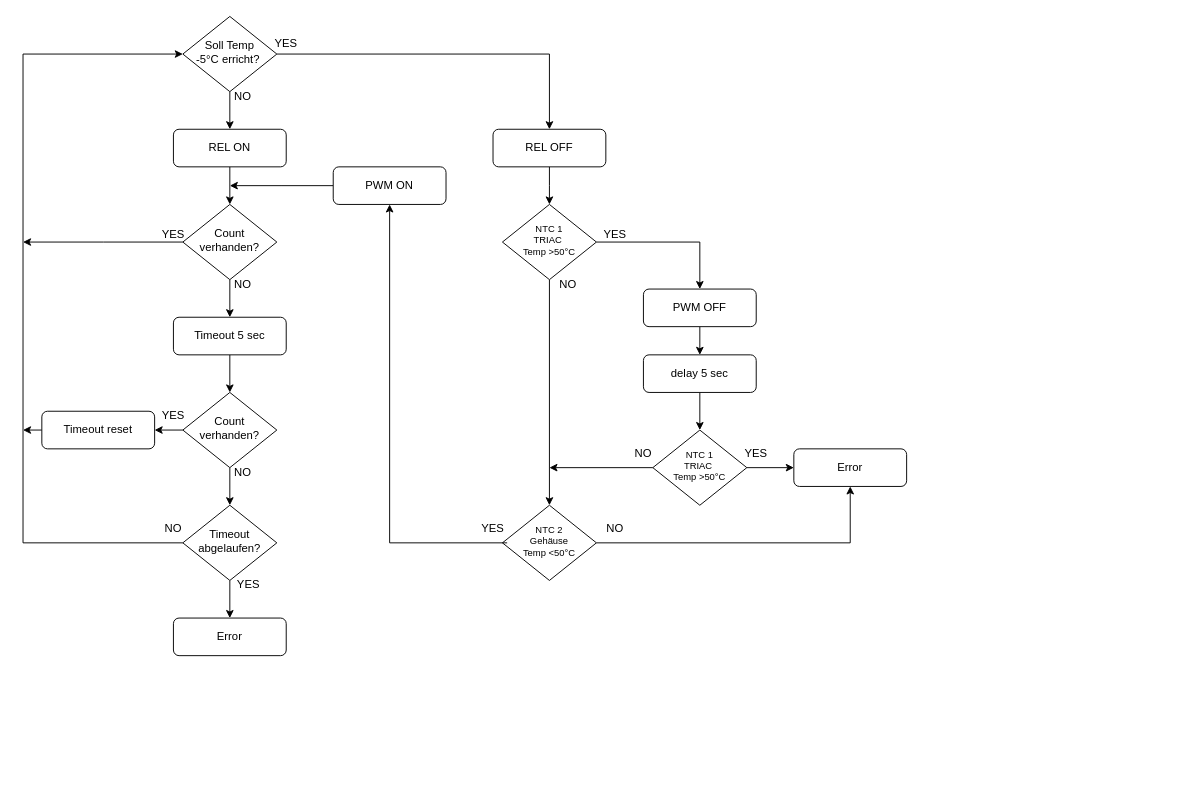
This is page "Regler" (2 of 2) of reflow-oven/docs/flow.drawio from siku2/esphome-projects, a draw.io file, before an edit. Source tidied: cells renumbered, new cells numbered last; positions are measured from the earlier drawing's top-left corner, leaving out a move shared by most shapes. Both pictures are drawn from the tidied source at 94%, with x=0, y=0 at pixel (23, 16).
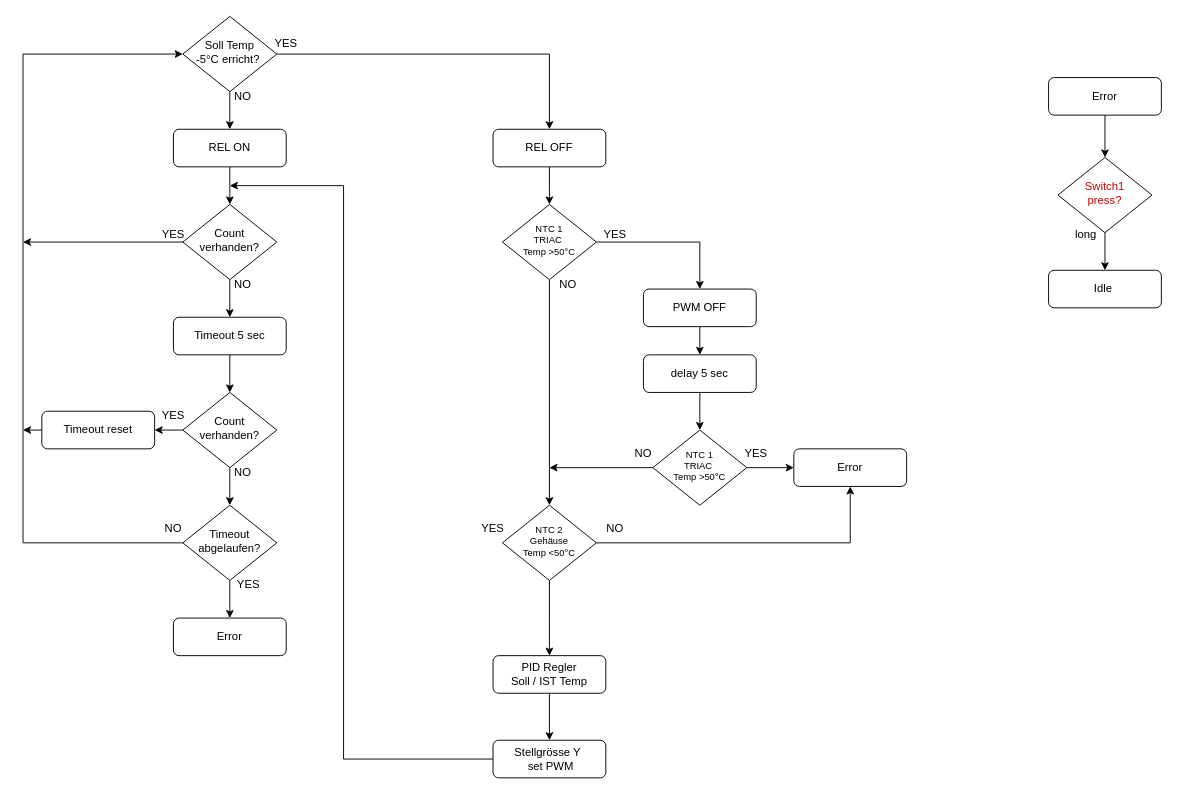
Above is the later version.

The change refers to these unchanged cells:
```xml
<mxCell id="49" value="&lt;div style=&quot;font-size: 10px;&quot;&gt;NTC 2&lt;/div&gt;Gehäuse&lt;div style=&quot;font-size: 10px;&quot;&gt;Temp &amp;lt;50°C&lt;/div&gt;" style="rhombus;whiteSpace=wrap;html=1;shadow=0;fontFamily=Helvetica;fontSize=10;align=center;strokeWidth=1;spacing=6;spacingTop=-4;" parent="1" vertex="1">
  <mxGeometry x="510" y="520" width="100" height="80" as="geometry" />
</mxCell>
<mxCell id="51" value="YES" style="text;html=1;align=center;verticalAlign=middle;whiteSpace=wrap;rounded=0;" parent="1" vertex="1">
  <mxGeometry x="470" y="530" width="60" height="30" as="geometry" />
</mxCell>
```

The edit, as a diff of the source:
```diff
@@
-    <mxCell id="46" style="edgeStyle=orthogonalEdgeStyle;rounded=0;jettySize=auto;html=1;exitX=0;exitY=0.5;exitDx=0;exitDy=0;" parent="1" edge="1" source="47">
-      <mxGeometry relative="1" as="geometry">
-        <mxPoint x="220" y="180" as="targetPoint" />
-      </mxGeometry>
-    </mxCell>
-    <mxCell id="47" value="PWM ON" style="rounded=1;whiteSpace=wrap;html=1;fontSize=12;glass=0;strokeWidth=1;shadow=0;" parent="1" vertex="1">
-      <mxGeometry x="330" y="160" width="120" height="40" as="geometry" />
-    </mxCell>
@@
+    <mxCell id="53" style="edgeStyle=orthogonalEdgeStyle;rounded=0;jettySize=auto;html=1;exitX=0.5;exitY=1;exitDx=0;exitDy=0;entryX=0.5;entryY=0;entryDx=0;entryDy=0;" parent="1" edge="1" source="49">
+      <mxGeometry relative="1" as="geometry">
+        <mxPoint x="560" y="680" as="targetPoint" />
+      </mxGeometry>
+    </mxCell>
@@
-    <mxCell id="50" style="edgeStyle=orthogonalEdgeStyle;rounded=0;jettySize=auto;html=1;exitX=0.75;exitY=1;exitDx=0;exitDy=0;entryX=0.5;entryY=1;entryDx=0;entryDy=0;" parent="1" edge="1" source="51" target="47">
-      <mxGeometry relative="1" as="geometry">
-        <Array as="points">
-          <mxPoint x="390" y="560" />
-        </Array>
-      </mxGeometry>
-    </mxCell>
@@
+    <mxCell id="54" style="edgeStyle=orthogonalEdgeStyle;rounded=0;jettySize=auto;html=1;exitX=0;exitY=0.5;exitDx=0;exitDy=0;" parent="1" edge="1" source="55">
+      <mxGeometry relative="1" as="geometry">
+        <mxPoint x="220" y="180" as="targetPoint" />
+        <Array as="points">
+          <mxPoint x="341" y="790" />
+          <mxPoint x="341" y="180" />
+        </Array>
+      </mxGeometry>
+    </mxCell>
+    <mxCell id="55" value="Stellgrösse Y&amp;nbsp;&lt;br&gt;&amp;nbsp;set PWM" style="rounded=1;whiteSpace=wrap;html=1;fontSize=12;glass=0;strokeWidth=1;shadow=0;" parent="1" vertex="1">
+      <mxGeometry x="500" y="770" width="120" height="40" as="geometry" />
+    </mxCell>
+    <mxCell id="56" style="edgeStyle=orthogonalEdgeStyle;rounded=0;jettySize=auto;html=1;exitX=0.5;exitY=1;exitDx=0;exitDy=0;entryX=0.5;entryY=0;entryDx=0;entryDy=0;" parent="1" edge="1" source="57" target="55">
+      <mxGeometry relative="1" as="geometry" />
+    </mxCell>
+    <mxCell id="57" value="PID Regler&lt;div&gt;Soll / IST Temp&lt;/div&gt;" style="rounded=1;whiteSpace=wrap;html=1;fontSize=12;glass=0;strokeWidth=1;shadow=0;" parent="1" vertex="1">
+      <mxGeometry x="500" y="680" width="120" height="40" as="geometry" />
+    </mxCell>
+    <mxCell id="58" style="edgeStyle=orthogonalEdgeStyle;rounded=0;jettySize=auto;html=1;entryX=0.5;entryY=0;entryDx=0;entryDy=0;" parent="1" edge="1" source="59" target="61">
+      <mxGeometry relative="1" as="geometry" />
+    </mxCell>
+    <mxCell id="59" value="Error" style="rounded=1;whiteSpace=wrap;html=1;fontSize=12;glass=0;strokeWidth=1;shadow=0;" parent="1" vertex="1">
+      <mxGeometry x="1091" y="65" width="120" height="40" as="geometry" />
+    </mxCell>
+    <mxCell id="60" style="edgeStyle=orthogonalEdgeStyle;rounded=0;jettySize=auto;html=1;exitX=0.5;exitY=1;exitDx=0;exitDy=0;" parent="1" edge="1" source="61" target="63">
+      <mxGeometry relative="1" as="geometry" />
+    </mxCell>
+    <mxCell id="61" value="&lt;font color=&quot;#cc0000&quot;&gt;Switch1&lt;/font&gt;&lt;div&gt;&lt;font color=&quot;#cc0000&quot;&gt;press?&lt;/font&gt;&lt;/div&gt;" style="rhombus;whiteSpace=wrap;html=1;shadow=0;fontFamily=Helvetica;fontSize=12;align=center;strokeWidth=1;spacing=6;spacingTop=-4;" parent="1" vertex="1">
+      <mxGeometry x="1101" y="150" width="100" height="80" as="geometry" />
+    </mxCell>
+    <mxCell id="62" value="long" style="text;html=1;align=center;verticalAlign=middle;whiteSpace=wrap;rounded=0;" parent="1" vertex="1">
+      <mxGeometry x="1101" y="217" width="60" height="30" as="geometry" />
+    </mxCell>
+    <mxCell id="63" value="Idle&amp;nbsp;" style="rounded=1;whiteSpace=wrap;html=1;fontSize=12;glass=0;strokeWidth=1;shadow=0;" parent="1" vertex="1">
+      <mxGeometry x="1091" y="270" width="120" height="40" as="geometry" />
+    </mxCell>
```
